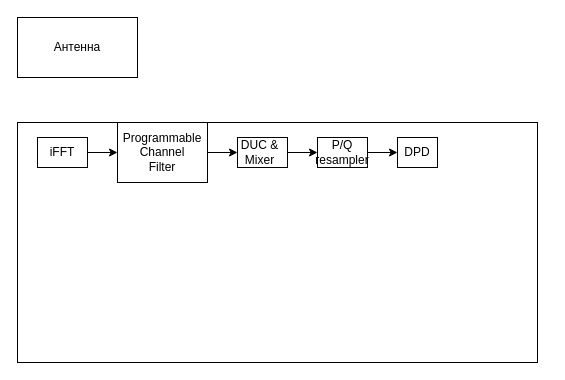
Earlier version of the draw.io diagram diagramm.drawio (vikastatsenko/drawio). Source tidied: cells renumbered, new cells numbered last; positions are measured from the earlier drawing's top-left corner, leaving out a move shared by most shapes. Both pictures are drawn from the tidied source at 100%, with x=0, y=0 at pixel (17, 17).
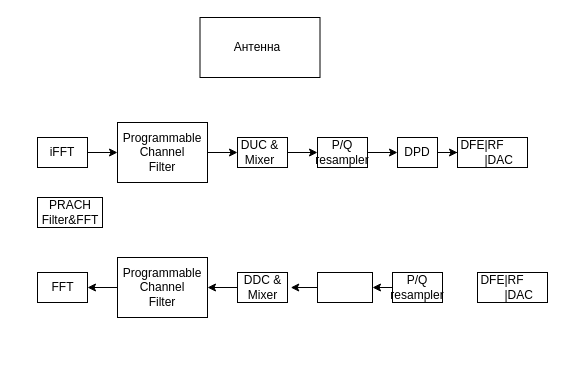
The same page after the edit.

Unchanged cells that the change refers to:
```xml
<mxCell id="18" value="DPD" style="text;html=1;align=center;verticalAlign=middle;whiteSpace=wrap;rounded=0;" parent="1" vertex="1">
  <mxGeometry x="380" y="125" width="40" height="20" as="geometry" />
</mxCell>
```

Diff of the diagram source:
```diff
@@
     <mxCell id="2" style="rounded=0;whiteSpace=wrap;html=1;" parent="1" vertex="1">
-      <mxGeometry width="120" height="60" as="geometry" />
+      <mxGeometry x="182.5" width="120" height="60" as="geometry" />
     </mxCell>
     <mxCell id="3" value="Антенна" style="text;html=1;align=center;verticalAlign=middle;whiteSpace=wrap;rounded=0;" parent="1" vertex="1">
-      <mxGeometry x="30" y="5" width="60" height="50" as="geometry" />
+      <mxGeometry x="210" y="5" width="60" height="50" as="geometry" />
     </mxCell>
-    <mxCell id="4" style="rounded=0;whiteSpace=wrap;html=1;" parent="1" vertex="1">
-      <mxGeometry y="105" width="520" height="240" as="geometry" />
-    </mxCell>
@@
+    <mxCell id="19" style="edgeStyle=orthogonalEdgeStyle;rounded=0;jettySize=auto;html=1;" parent="1" edge="1" source="18" target="21">
+      <mxGeometry relative="1" as="geometry" />
+    </mxCell>
@@
+    <mxCell id="20" style="rounded=0;whiteSpace=wrap;html=1;" parent="1" vertex="1">
+      <mxGeometry x="20" y="180" width="65" height="30" as="geometry" />
+    </mxCell>
+    <mxCell id="21" style="rounded=0;whiteSpace=wrap;html=1;" parent="1" vertex="1">
+      <mxGeometry x="440" y="120" width="70" height="30" as="geometry" />
+    </mxCell>
+    <mxCell id="22" value="DFE|RF&amp;nbsp; &amp;nbsp; &amp;nbsp; &amp;nbsp; &amp;nbsp; &amp;nbsp;|DAC" style="text;html=1;align=center;verticalAlign=middle;whiteSpace=wrap;rounded=0;" parent="1" vertex="1">
+      <mxGeometry x="440" y="125" width="60" height="20" as="geometry" />
+    </mxCell>
+    <mxCell id="23" value="PRACH&lt;div&gt;Filter&amp;amp;FFT&lt;/div&gt;" style="text;html=1;align=center;verticalAlign=middle;whiteSpace=wrap;rounded=0;" parent="1" vertex="1">
+      <mxGeometry x="22.5" y="180" width="60" height="30" as="geometry" />
+    </mxCell>
+    <mxCell id="24" style="rounded=0;whiteSpace=wrap;html=1;" parent="1" vertex="1">
+      <mxGeometry x="20" y="255" width="50" height="30" as="geometry" />
+    </mxCell>
+    <mxCell id="25" value="FFT" style="text;html=1;align=center;verticalAlign=middle;whiteSpace=wrap;rounded=0;" parent="1" vertex="1">
+      <mxGeometry x="31.2" y="265" width="28.8" height="10" as="geometry" />
+    </mxCell>
+    <mxCell id="26" style="edgeStyle=orthogonalEdgeStyle;rounded=0;jettySize=auto;html=1;exitX=0;exitY=0.5;exitDx=0;exitDy=0;entryX=1;entryY=0.5;entryDx=0;entryDy=0;" parent="1" edge="1" source="27" target="24">
+      <mxGeometry relative="1" as="geometry" />
+    </mxCell>
+    <mxCell id="27" style="rounded=0;whiteSpace=wrap;html=1;" parent="1" vertex="1">
+      <mxGeometry x="100" y="240" width="90" height="60" as="geometry" />
+    </mxCell>
+    <mxCell id="28" value="Programmable&lt;div&gt;Channel&lt;/div&gt;&lt;div&gt;Filter&lt;/div&gt;" style="text;html=1;align=center;verticalAlign=middle;whiteSpace=wrap;rounded=0;" parent="1" vertex="1">
+      <mxGeometry x="115" y="255" width="60" height="30" as="geometry" />
+    </mxCell>
+    <mxCell id="29" style="edgeStyle=orthogonalEdgeStyle;rounded=0;jettySize=auto;html=1;exitX=0;exitY=0.5;exitDx=0;exitDy=0;entryX=1;entryY=0.5;entryDx=0;entryDy=0;" parent="1" edge="1" source="30" target="27">
+      <mxGeometry relative="1" as="geometry" />
+    </mxCell>
+    <mxCell id="30" style="rounded=0;whiteSpace=wrap;html=1;" parent="1" vertex="1">
+      <mxGeometry x="220" y="255" width="50" height="30" as="geometry" />
+    </mxCell>
+    <mxCell id="31" value="DDC &amp;amp; Mixer" style="text;html=1;align=center;verticalAlign=middle;whiteSpace=wrap;rounded=0;" parent="1" vertex="1">
+      <mxGeometry x="222.5" y="255" width="45" height="30" as="geometry" />
+    </mxCell>
+    <mxCell id="32" style="rounded=0;whiteSpace=wrap;html=1;" parent="1" vertex="1">
+      <mxGeometry x="300" y="255" width="55" height="30" as="geometry" />
+    </mxCell>
+    <mxCell id="33" style="edgeStyle=orthogonalEdgeStyle;rounded=0;jettySize=auto;html=1;exitX=0;exitY=0.5;exitDx=0;exitDy=0;entryX=1;entryY=0.5;entryDx=0;entryDy=0;" parent="1" edge="1" source="34" target="32">
+      <mxGeometry relative="1" as="geometry" />
+    </mxCell>
+    <mxCell id="34" style="rounded=0;whiteSpace=wrap;html=1;" parent="1" vertex="1">
+      <mxGeometry x="375" y="255" width="50" height="30" as="geometry" />
+    </mxCell>
+    <mxCell id="35" value="P/Q&lt;div&gt;resampler&lt;/div&gt;" style="text;html=1;align=center;verticalAlign=middle;whiteSpace=wrap;rounded=0;" parent="1" vertex="1">
+      <mxGeometry x="370" y="255" width="60" height="30" as="geometry" />
+    </mxCell>
+    <mxCell id="36" style="rounded=0;whiteSpace=wrap;html=1;" parent="1" vertex="1">
+      <mxGeometry x="460" y="255" width="70" height="30" as="geometry" />
+    </mxCell>
+    <mxCell id="37" value="DFE|RF&amp;nbsp; &amp;nbsp; &amp;nbsp; &amp;nbsp; &amp;nbsp; &amp;nbsp;|DAC" style="text;html=1;align=center;verticalAlign=middle;whiteSpace=wrap;rounded=0;" parent="1" vertex="1">
+      <mxGeometry x="460" y="260" width="60" height="20" as="geometry" />
+    </mxCell>
+    <mxCell id="38" style="edgeStyle=orthogonalEdgeStyle;rounded=0;jettySize=auto;html=1;exitX=0;exitY=0.5;exitDx=0;exitDy=0;entryX=1.065;entryY=0.501;entryDx=0;entryDy=0;entryPerimeter=0;" parent="1" edge="1" source="32" target="30">
+      <mxGeometry relative="1" as="geometry" />
+    </mxCell>
```
